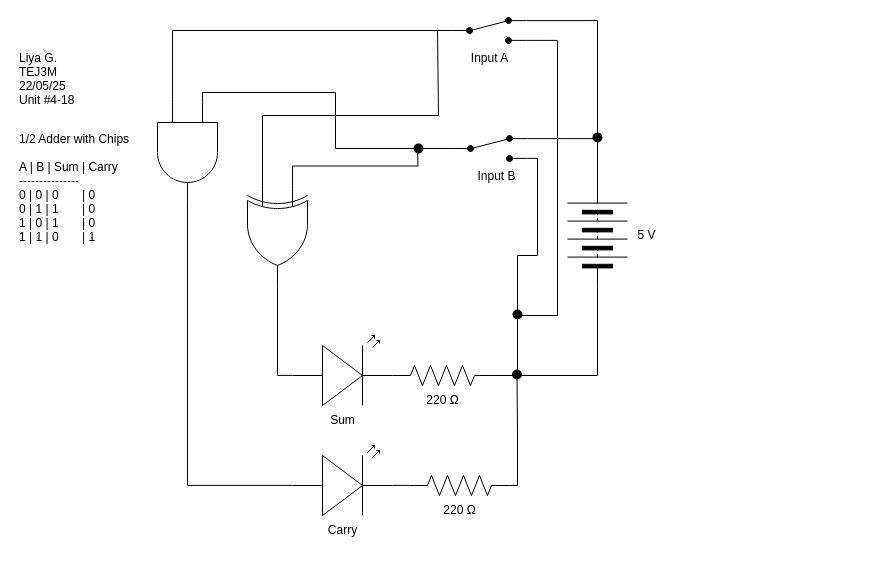
This is Unit 4-18/4-18.drawio from Liya-Getachew/TEJ3M-Unit4, a draw.io file, before an edit. Source tidied: cells renumbered, new cells numbered last; positions are measured from the earlier drawing's top-left corner, leaving out a move shared by most shapes. Both pictures are drawn from the tidied source at 100%, with x=0, y=0 at pixel (17, 17).
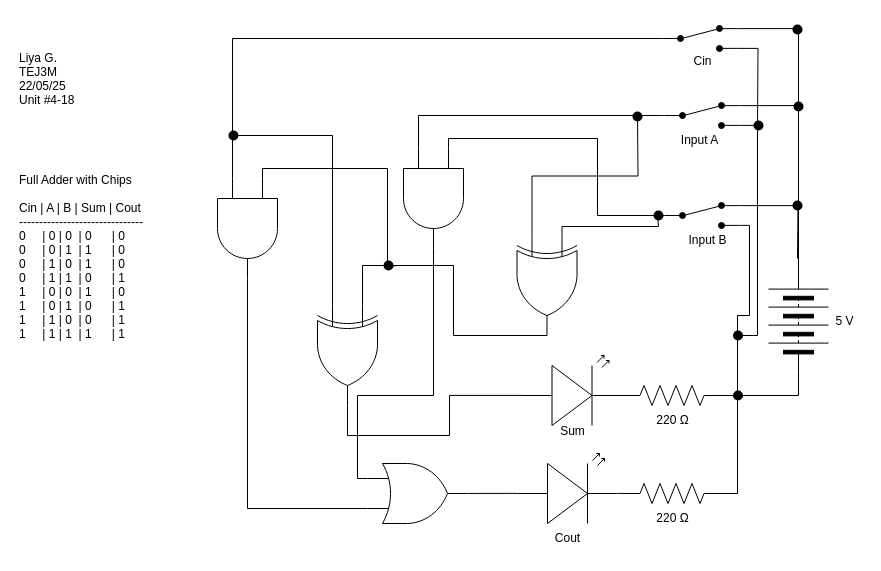
After the change.

Diff of the diagram source:
```diff
@@
     <mxCell id="2" style="verticalLabelPosition=bottom;shadow=0;dashed=0;align=center;html=1;verticalAlign=top;shape=mxgraph.electrical.opto_electronics.led_2;rotation=-180;flipH=1;flipV=1;" parent="1" vertex="1">
-      <mxGeometry x="275" y="318" width="100" height="70" as="geometry" />
+      <mxGeometry x="504.5" y="338" width="100" height="70" as="geometry" />
     </mxCell>
-    <mxCell id="3" style="edgeStyle=orthogonalEdgeStyle;html=1;exitX=1;exitY=0.5;exitDx=0;exitDy=0;exitPerimeter=0;entryX=0;entryY=0.5;entryDx=0;entryDy=0;rounded=0;curved=0;endArrow=none;endFill=0;" parent="1" edge="1" source="4" target="6">
+    <mxCell id="3" style="edgeStyle=orthogonalEdgeStyle;html=1;entryX=0;entryY=0.5;entryDx=0;entryDy=0;rounded=0;endArrow=none;endFill=0;" parent="1" edge="1" source="4" target="6">
       <mxGeometry relative="1" as="geometry" />
     </mxCell>
     <mxCell id="4" style="verticalLabelPosition=bottom;shadow=0;dashed=0;align=center;html=1;verticalAlign=top;shape=mxgraph.electrical.resistors.resistor_2;rotation=0;flipV=0;flipH=0;" parent="1" vertex="1">
-      <mxGeometry x="375" y="348" width="100" height="20" as="geometry" />
+      <mxGeometry x="604.5" y="368" width="100" height="20" as="geometry" />
     </mxCell>
     <mxCell id="5" value="220&amp;nbsp;Ω" style="text;html=1;align=center;verticalAlign=middle;strokeColor=none;fillColor=none;" parent="1" vertex="1">
-      <mxGeometry x="395" y="368" width="60" height="30" as="geometry" />
+      <mxGeometry x="624.5" y="388" width="60" height="30" as="geometry" />
     </mxCell>
     <mxCell id="6" style="verticalLabelPosition=bottom;shadow=0;dashed=0;align=center;html=1;verticalAlign=top;shape=mxgraph.electrical.miscellaneous.batteryStack;rotation=-90;" parent="1" vertex="1">
-      <mxGeometry x="530" y="188" width="100" height="60" as="geometry" />
+      <mxGeometry x="731" y="274" width="100" height="60" as="geometry" />
     </mxCell>
@@
-    <mxCell id="8" style="edgeStyle=orthogonalEdgeStyle;html=1;exitX=1;exitY=0.88;exitDx=0;exitDy=0;rounded=0;endArrow=none;endFill=0;" parent="1" edge="1" source="9">
-      <mxGeometry relative="1" as="geometry">
-        <mxPoint x="500" y="298" as="targetPoint" />
-        <Array as="points">
-          <mxPoint x="540" y="23" />
-          <mxPoint x="540" y="298" />
-        </Array>
-      </mxGeometry>
-    </mxCell>
+    <mxCell id="38" style="edgeStyle=orthogonalEdgeStyle;html=1;exitX=1;exitY=0.88;exitDx=0;exitDy=0;endArrow=none;endFill=0;rounded=0;" parent="1" edge="1" source="9">
+      <mxGeometry relative="1" as="geometry">
+        <mxPoint x="740" y="108" as="targetPoint" />
+      </mxGeometry>
+    </mxCell>
     <mxCell id="9" style="html=1;shape=mxgraph.electrical.electro-mechanical.twoWaySwitch;elSwitchState=2;flipH=0;flipV=0;fillColor=#000000;" parent="1" vertex="1">
-      <mxGeometry x="434" width="75" height="26" as="geometry" />
+      <mxGeometry x="645" y="8" width="75" height="26" as="geometry" />
     </mxCell>
@@
+    <mxCell id="39" style="edgeStyle=orthogonalEdgeStyle;html=1;exitX=1;exitY=0.88;exitDx=0;exitDy=0;rounded=0;endArrow=none;endFill=0;" parent="1" edge="1" source="11">
+      <mxGeometry relative="1" as="geometry">
+        <mxPoint x="720" y="318" as="targetPoint" />
+        <Array as="points">
+          <mxPoint x="740" y="108" />
+          <mxPoint x="740" y="318" />
+        </Array>
+      </mxGeometry>
+    </mxCell>
     <mxCell id="11" style="html=1;shape=mxgraph.electrical.electro-mechanical.twoWaySwitch;elSwitchState=2;flipH=0;flipV=0;fillColor=#000000;" parent="1" vertex="1">
-      <mxGeometry x="435" y="118" width="75" height="26" as="geometry" />
+      <mxGeometry x="647" y="85" width="75" height="26" as="geometry" />
     </mxCell>
-    <mxCell id="12" value="Input A" style="text;html=1;align=center;verticalAlign=middle;strokeColor=none;fillColor=none;" parent="1" vertex="1">
-      <mxGeometry x="441.5" y="26" width="60" height="30" as="geometry" />
+    <mxCell id="12" value="&lt;span style=&quot;color: rgb(0, 0, 0);&quot;&gt;Cin&lt;/span&gt;" style="text;html=1;align=center;verticalAlign=middle;strokeColor=none;fillColor=none;" parent="1" vertex="1">
+      <mxGeometry x="664.5" y="29" width="40" height="30" as="geometry" />
     </mxCell>
     <mxCell id="13" value="Input B" style="text;html=1;align=center;verticalAlign=middle;strokeColor=none;fillColor=none;" parent="1" vertex="1">
-      <mxGeometry x="449" y="144" width="60" height="30" as="geometry" />
+      <mxGeometry x="660" y="208" width="60" height="30" as="geometry" />
     </mxCell>
@@
-    <mxCell id="15" value="1/2 Adder with Chips&#10;&#10;A | B | Sum | Carry &#10;---------------&#10;0 | 0 | 0       | 0&#10;0 | 1 | 1       | 0&#10;1 | 0 | 1       | 0&#10;1 | 1 | 0       | 1" style="text;align=left;verticalAlign=middle;strokeColor=none;fillColor=none;" parent="1" vertex="1">
-      <mxGeometry y="105" width="130" height="130" as="geometry" />
+    <mxCell id="15" value="Full Adder with Chips&#10;&#10;Cin | A | B | Sum | Cout&#10;-------------------------------&#10;0     | 0 | 0  | 0      | 0&#10;0     | 0 | 1  | 1      | 0&#10;0     | 1 | 0  | 1      | 0&#10;0     | 1 | 1  | 0      | 1&#10;1     | 0 | 0  | 1      | 0&#10;1     | 0 | 1  | 0      | 1&#10;1     | 1 | 0  | 0      | 1 &#10;1     | 1 | 1  | 1      | 1" style="text;align=left;verticalAlign=middle;strokeColor=none;fillColor=none;" parent="1" vertex="1">
+      <mxGeometry y="144" width="150" height="190" as="geometry" />
     </mxCell>
-    <mxCell id="16" style="edgeStyle=orthogonalEdgeStyle;html=1;entryX=0;entryY=0.57;entryDx=0;entryDy=0;entryPerimeter=0;endArrow=none;endFill=0;rounded=0;exitX=1;exitY=0.5;exitDx=0;exitDy=0;exitPerimeter=0;" parent="1" edge="1" source="26" target="2">
-      <mxGeometry relative="1" as="geometry">
-        <Array as="points">
-          <mxPoint x="260" y="358" />
-        </Array>
-      </mxGeometry>
-    </mxCell>
@@
-    <mxCell id="18" style="edgeStyle=orthogonalEdgeStyle;html=1;exitX=1;exitY=0.88;exitDx=0;exitDy=0;entryX=1;entryY=0.5;entryDx=0;entryDy=0;entryPerimeter=0;rounded=0;endArrow=none;endFill=0;" parent="1" edge="1" source="11" target="4">
-      <mxGeometry relative="1" as="geometry">
-        <Array as="points">
-          <mxPoint x="520" y="141" />
-          <mxPoint x="520" y="238" />
-          <mxPoint x="500" y="238" />
-          <mxPoint x="500" y="358" />
-        </Array>
-      </mxGeometry>
-    </mxCell>
     <mxCell id="19" style="shape=waypoint;sketch=0;size=6;fillColor=none;perimeter=centerPerimeter;strokeWidth=3;" parent="1" vertex="1">
-      <mxGeometry x="570" y="110" width="20" height="20" as="geometry" />
+      <mxGeometry x="770" y="2" width="20" height="20" as="geometry" />
     </mxCell>
     <mxCell id="20" style="shape=waypoint;sketch=0;size=6;fillColor=none;perimeter=centerPerimeter;strokeWidth=3;" parent="1" vertex="1">
-      <mxGeometry x="490" y="287" width="20" height="20" as="geometry" />
+      <mxGeometry x="361" y="238" width="20" height="20" as="geometry" />
     </mxCell>
     <mxCell id="21" style="shape=waypoint;sketch=0;size=6;points=[];fillColor=none;perimeter=centerPerimeter;snapToPoint=1;strokeWidth=3;" parent="1" vertex="1">
-      <mxGeometry x="489.5" y="347" width="20" height="20" as="geometry" />
+      <mxGeometry x="206" y="108" width="20" height="20" as="geometry" />
     </mxCell>
     <mxCell id="22" value="5 V" style="text;html=1;align=center;verticalAlign=middle;strokeColor=none;fillColor=none;" parent="1" vertex="1">
-      <mxGeometry x="609" y="203" width="40" height="30" as="geometry" />
+      <mxGeometry x="807" y="289" width="40" height="30" as="geometry" />
     </mxCell>
     <mxCell id="23" value="Sum" style="text;html=1;align=center;verticalAlign=middle;strokeColor=none;fillColor=none;" parent="1" vertex="1">
-      <mxGeometry x="300" y="388" width="50" height="30" as="geometry" />
+      <mxGeometry x="529.5" y="399" width="50" height="30" as="geometry" />
     </mxCell>
-    <mxCell id="24" style="edgeStyle=orthogonalEdgeStyle;html=1;exitX=0;exitY=0.75;exitDx=0;exitDy=0;exitPerimeter=0;rounded=0;endArrow=none;endFill=0;" parent="1" edge="1" source="26">
-      <mxGeometry relative="1" as="geometry">
-        <mxPoint x="420" y="13" as="targetPoint" />
-        <Array as="points">
-          <mxPoint x="245" y="98" />
-          <mxPoint x="421" y="98" />
-        </Array>
-      </mxGeometry>
-    </mxCell>
-    <mxCell id="25" style="edgeStyle=orthogonalEdgeStyle;html=1;exitX=0;exitY=0.25;exitDx=0;exitDy=0;exitPerimeter=0;rounded=0;endArrow=none;endFill=0;" parent="1" edge="1" source="26">
-      <mxGeometry relative="1" as="geometry">
-        <mxPoint x="400" y="128" as="targetPoint" />
-      </mxGeometry>
-    </mxCell>
+    <mxCell id="40" style="edgeStyle=orthogonalEdgeStyle;html=1;exitX=0;exitY=0.75;exitDx=0;exitDy=0;exitPerimeter=0;endArrow=none;endFill=0;rounded=0;" parent="1" edge="1" source="26">
+      <mxGeometry relative="1" as="geometry">
+        <mxPoint x="620" y="98" as="targetPoint" />
+      </mxGeometry>
+    </mxCell>
+    <mxCell id="41" style="edgeStyle=orthogonalEdgeStyle;html=1;exitX=0;exitY=0.25;exitDx=0;exitDy=0;exitPerimeter=0;rounded=0;curved=0;endArrow=none;endFill=0;" parent="1" edge="1">
+      <mxGeometry relative="1" as="geometry">
+        <mxPoint x="544.5" y="218" as="sourcePoint" />
+        <mxPoint x="640" y="198" as="targetPoint" />
+        <Array as="points">
+          <mxPoint x="545" y="209" />
+          <mxPoint x="641" y="209" />
+          <mxPoint x="641" y="198" />
+        </Array>
+      </mxGeometry>
+    </mxCell>
     <mxCell id="26" style="verticalLabelPosition=bottom;shadow=0;dashed=0;align=center;html=1;verticalAlign=top;shape=mxgraph.electrical.logic_gates.logic_gate;operation=xor;rotation=90;" parent="1" vertex="1">
-      <mxGeometry x="210" y="188" width="100" height="60" as="geometry" />
+      <mxGeometry x="479.5" y="238" width="100" height="60" as="geometry" />
     </mxCell>
-    <mxCell id="27" style="edgeStyle=orthogonalEdgeStyle;html=1;exitX=0;exitY=0.25;exitDx=0;exitDy=0;exitPerimeter=0;entryX=0;entryY=0.5;entryDx=0;entryDy=0;endArrow=none;endFill=0;rounded=0;" parent="1" edge="1" source="28" target="11">
-      <mxGeometry relative="1" as="geometry">
-        <Array as="points">
-          <mxPoint x="185" y="75" />
-          <mxPoint x="318" y="75" />
-          <mxPoint x="318" y="131" />
-        </Array>
-      </mxGeometry>
-    </mxCell>
+    <mxCell id="42" style="edgeStyle=orthogonalEdgeStyle;html=1;exitX=0;exitY=0.25;exitDx=0;exitDy=0;exitPerimeter=0;rounded=0;endArrow=none;endFill=0;" parent="1" edge="1" source="28">
+      <mxGeometry relative="1" as="geometry">
+        <mxPoint x="380" y="248" as="targetPoint" />
+        <Array as="points">
+          <mxPoint x="245" y="151" />
+          <mxPoint x="370" y="151" />
+          <mxPoint x="370" y="249" />
+        </Array>
+      </mxGeometry>
+    </mxCell>
     <mxCell id="28" style="verticalLabelPosition=bottom;shadow=0;dashed=0;align=center;html=1;verticalAlign=top;shape=mxgraph.electrical.logic_gates.logic_gate;operation=and;rotation=90;" parent="1" vertex="1">
-      <mxGeometry x="120" y="105" width="100" height="60" as="geometry" />
+      <mxGeometry x="180" y="181" width="100" height="60" as="geometry" />
     </mxCell>
@@
     <mxCell id="30" style="verticalLabelPosition=bottom;shadow=0;dashed=0;align=center;html=1;verticalAlign=top;shape=mxgraph.electrical.opto_electronics.led_2;rotation=-180;flipH=1;flipV=1;" parent="1" vertex="1">
-      <mxGeometry x="275" y="428" width="100" height="70" as="geometry" />
+      <mxGeometry x="500" y="436" width="100" height="70" as="geometry" />
     </mxCell>
-    <mxCell id="31" style="edgeStyle=orthogonalEdgeStyle;html=1;entryX=0;entryY=0.57;entryDx=0;entryDy=0;entryPerimeter=0;rounded=0;endArrow=none;endFill=0;" parent="1" edge="1" source="28" target="30">
-      <mxGeometry relative="1" as="geometry">
-        <Array as="points">
-          <mxPoint x="170" y="468" />
-        </Array>
-      </mxGeometry>
-    </mxCell>
-    <mxCell id="32" style="edgeStyle=orthogonalEdgeStyle;html=1;endArrow=none;endFill=0;rounded=0;" parent="1" edge="1" source="33" target="21">
-      <mxGeometry relative="1" as="geometry">
-        <Array as="points">
-          <mxPoint x="500" y="468" />
-          <mxPoint x="500" y="413" />
-        </Array>
-      </mxGeometry>
-    </mxCell>
+    <mxCell id="43" style="edgeStyle=orthogonalEdgeStyle;html=1;exitX=1;exitY=0.5;exitDx=0;exitDy=0;exitPerimeter=0;entryX=1;entryY=0.88;entryDx=0;entryDy=0;rounded=0;endArrow=none;endFill=0;" parent="1" edge="1" source="33" target="57">
+      <mxGeometry relative="1" as="geometry">
+        <Array as="points">
+          <mxPoint x="720" y="476" />
+          <mxPoint x="720" y="298" />
+          <mxPoint x="732" y="298" />
+          <mxPoint x="732" y="208" />
+        </Array>
+      </mxGeometry>
+    </mxCell>
     <mxCell id="33" style="verticalLabelPosition=bottom;shadow=0;dashed=0;align=center;html=1;verticalAlign=top;shape=mxgraph.electrical.resistors.resistor_2;rotation=0;flipV=0;flipH=0;" parent="1" vertex="1">
-      <mxGeometry x="392" y="458" width="100" height="20" as="geometry" />
+      <mxGeometry x="604.5" y="466" width="100" height="20" as="geometry" />
     </mxCell>
@@
     <mxCell id="35" value="220&amp;nbsp;Ω" style="text;html=1;align=center;verticalAlign=middle;strokeColor=none;fillColor=none;" parent="1" vertex="1">
-      <mxGeometry x="412" y="478" width="60" height="30" as="geometry" />
+      <mxGeometry x="624.5" y="486" width="60" height="30" as="geometry" />
     </mxCell>
-    <mxCell id="36" value="Carry" style="text;html=1;align=center;verticalAlign=middle;strokeColor=none;fillColor=none;" parent="1" vertex="1">
-      <mxGeometry x="300" y="498" width="50" height="30" as="geometry" />
+    <mxCell id="36" value="Cout" style="text;html=1;align=center;verticalAlign=middle;strokeColor=none;fillColor=none;" parent="1" vertex="1">
+      <mxGeometry x="525" y="506" width="50" height="30" as="geometry" />
     </mxCell>
-    <mxCell id="37" style="shape=waypoint;sketch=0;size=6;fillColor=none;perimeter=centerPerimeter;strokeWidth=3;" parent="1" vertex="1">
-      <mxGeometry x="391" y="121" width="20" height="20" as="geometry" />
-    </mxCell>
+    <mxCell id="44" value="&lt;span style=&quot;color: rgb(0, 0, 0);&quot;&gt;Input A&lt;/span&gt;" style="text;html=1;align=center;verticalAlign=middle;strokeColor=none;fillColor=none;" parent="1" vertex="1">
+      <mxGeometry x="652" y="108" width="60" height="30" as="geometry" />
+    </mxCell>
+    <mxCell id="45" style="edgeStyle=orthogonalEdgeStyle;html=1;exitX=0;exitY=0.75;exitDx=0;exitDy=0;exitPerimeter=0;rounded=0;curved=0;endArrow=none;endFill=0;" parent="1" edge="1" source="46">
+      <mxGeometry relative="1" as="geometry">
+        <mxPoint x="217" y="118" as="targetPoint" />
+        <Array as="points">
+          <mxPoint x="315" y="118" />
+        </Array>
+      </mxGeometry>
+    </mxCell>
+    <mxCell id="46" style="verticalLabelPosition=bottom;shadow=0;dashed=0;align=center;html=1;verticalAlign=top;shape=mxgraph.electrical.logic_gates.logic_gate;operation=xor;rotation=90;" parent="1" vertex="1">
+      <mxGeometry x="280" y="308" width="100" height="60" as="geometry" />
+    </mxCell>
+    <mxCell id="47" style="edgeStyle=orthogonalEdgeStyle;html=1;exitX=0;exitY=0.75;exitDx=0;exitDy=0;exitPerimeter=0;entryX=0;entryY=0.5;entryDx=0;entryDy=0;rounded=0;endArrow=none;endFill=0;" parent="1" edge="1" source="49" target="11">
+      <mxGeometry relative="1" as="geometry">
+        <Array as="points">
+          <mxPoint x="401" y="98" />
+          <mxPoint x="645" y="98" />
+        </Array>
+      </mxGeometry>
+    </mxCell>
+    <mxCell id="48" style="edgeStyle=orthogonalEdgeStyle;html=1;exitX=0;exitY=0.25;exitDx=0;exitDy=0;exitPerimeter=0;entryX=0;entryY=0.5;entryDx=0;entryDy=0;rounded=0;endArrow=none;endFill=0;" parent="1" edge="1" source="49" target="57">
+      <mxGeometry relative="1" as="geometry">
+        <Array as="points">
+          <mxPoint x="431" y="121" />
+          <mxPoint x="580" y="121" />
+          <mxPoint x="580" y="198" />
+        </Array>
+      </mxGeometry>
+    </mxCell>
+    <mxCell id="49" style="verticalLabelPosition=bottom;shadow=0;dashed=0;align=center;html=1;verticalAlign=top;shape=mxgraph.electrical.logic_gates.logic_gate;operation=and;rotation=90;" parent="1" vertex="1">
+      <mxGeometry x="366" y="151" width="100" height="60" as="geometry" />
+    </mxCell>
+    <mxCell id="50" style="verticalLabelPosition=bottom;shadow=0;dashed=0;align=center;html=1;verticalAlign=top;shape=mxgraph.electrical.logic_gates.logic_gate;operation=or;" parent="1" vertex="1">
+      <mxGeometry x="350" y="446" width="100" height="60" as="geometry" />
+    </mxCell>
+    <mxCell id="51" style="edgeStyle=none;html=1;entryX=0;entryY=0.57;entryDx=0;entryDy=0;entryPerimeter=0;endArrow=none;endFill=0;rounded=0;curved=0;" parent="1" edge="1" source="50" target="30">
+      <mxGeometry relative="1" as="geometry" />
+    </mxCell>
+    <mxCell id="52" style="edgeStyle=orthogonalEdgeStyle;html=1;entryX=0;entryY=0.75;entryDx=0;entryDy=0;entryPerimeter=0;endArrow=none;endFill=0;rounded=0;" parent="1" edge="1" source="28" target="50">
+      <mxGeometry relative="1" as="geometry">
+        <Array as="points">
+          <mxPoint x="230" y="491" />
+        </Array>
+      </mxGeometry>
+    </mxCell>
+    <mxCell id="53" style="edgeStyle=orthogonalEdgeStyle;html=1;exitX=0;exitY=0.25;exitDx=0;exitDy=0;exitPerimeter=0;entryX=1;entryY=0.5;entryDx=0;entryDy=0;entryPerimeter=0;rounded=0;endArrow=none;endFill=0;" parent="1" edge="1" source="46" target="26">
+      <mxGeometry relative="1" as="geometry">
+        <Array as="points">
+          <mxPoint x="345" y="248" />
+          <mxPoint x="436" y="248" />
+          <mxPoint x="436" y="318" />
+        </Array>
+      </mxGeometry>
+    </mxCell>
+    <mxCell id="54" style="shape=waypoint;sketch=0;size=6;fillColor=none;perimeter=centerPerimeter;strokeWidth=3;" parent="1" vertex="1">
+      <mxGeometry x="770" y="178" width="20" height="20" as="geometry" />
+    </mxCell>
+    <mxCell id="55" style="edgeStyle=orthogonalEdgeStyle;html=1;entryX=0;entryY=0.57;entryDx=0;entryDy=0;entryPerimeter=0;rounded=0;endArrow=none;endFill=0;" parent="1" edge="1" source="46" target="2">
+      <mxGeometry relative="1" as="geometry">
+        <Array as="points">
+          <mxPoint x="330" y="418" />
+          <mxPoint x="432" y="418" />
+          <mxPoint x="432" y="378" />
+        </Array>
+      </mxGeometry>
+    </mxCell>
+    <mxCell id="56" style="edgeStyle=orthogonalEdgeStyle;html=1;exitX=1;exitY=0.12;exitDx=0;exitDy=0;rounded=0;endArrow=none;endFill=0;" parent="1" edge="1" source="57">
+      <mxGeometry relative="1" as="geometry">
+        <mxPoint x="780" y="241" as="targetPoint" />
+      </mxGeometry>
+    </mxCell>
+    <mxCell id="57" style="html=1;shape=mxgraph.electrical.electro-mechanical.twoWaySwitch;elSwitchState=2;flipH=0;flipV=0;fillColor=#000000;" parent="1" vertex="1">
+      <mxGeometry x="647" y="185" width="75" height="26" as="geometry" />
+    </mxCell>
+    <mxCell id="58" style="shape=waypoint;sketch=0;size=6;fillColor=none;perimeter=centerPerimeter;strokeWidth=3;" parent="1" vertex="1">
+      <mxGeometry x="710.5" y="308" width="20" height="20" as="geometry" />
+    </mxCell>
+    <mxCell id="59" style="edgeStyle=orthogonalEdgeStyle;html=1;exitX=0;exitY=0.25;exitDx=0;exitDy=0;exitPerimeter=0;entryX=1;entryY=0.5;entryDx=0;entryDy=0;entryPerimeter=0;rounded=0;endArrow=none;endFill=0;" parent="1" edge="1" source="50" target="49">
+      <mxGeometry relative="1" as="geometry">
+        <Array as="points">
+          <mxPoint x="340" y="461" />
+          <mxPoint x="340" y="378" />
+          <mxPoint x="416" y="378" />
+        </Array>
+      </mxGeometry>
+    </mxCell>
+    <mxCell id="60" style="shape=waypoint;sketch=0;size=6;fillColor=none;perimeter=centerPerimeter;strokeWidth=3;" parent="1" vertex="1">
+      <mxGeometry x="610" y="89" width="20" height="20" as="geometry" />
+    </mxCell>
+    <mxCell id="61" style="shape=waypoint;sketch=0;size=6;fillColor=none;perimeter=centerPerimeter;strokeWidth=3;" parent="1" vertex="1">
+      <mxGeometry x="731" y="98" width="20" height="20" as="geometry" />
+    </mxCell>
+    <mxCell id="62" style="shape=waypoint;sketch=0;size=6;fillColor=none;perimeter=centerPerimeter;strokeWidth=3;" parent="1" vertex="1">
+      <mxGeometry x="771" y="79" width="20" height="20" as="geometry" />
+    </mxCell>
+    <mxCell id="63" style="shape=waypoint;sketch=0;size=6;fillColor=none;perimeter=centerPerimeter;strokeWidth=3;" parent="1" vertex="1">
+      <mxGeometry x="710.5" y="368" width="20" height="20" as="geometry" />
+    </mxCell>
+    <mxCell id="64" style="shape=waypoint;sketch=0;size=6;fillColor=none;perimeter=centerPerimeter;strokeWidth=3;" parent="1" vertex="1">
+      <mxGeometry x="631" y="188" width="20" height="20" as="geometry" />
+    </mxCell>
```
